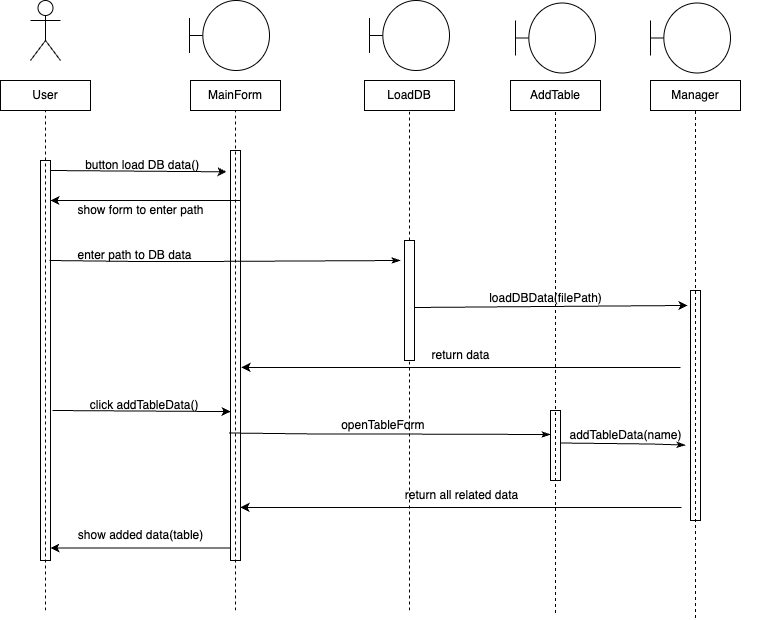
maksymkhodakov/ITLabs keeps this draw.io diagram as UMLDiagrams/взаємодії (додавання до БД).drawio.png. Above is the earlier version. Source tidied: cells renumbered, new cells last; positions are measured from the earlier drawing's top-left corner, leaving out a move shared by most shapes.
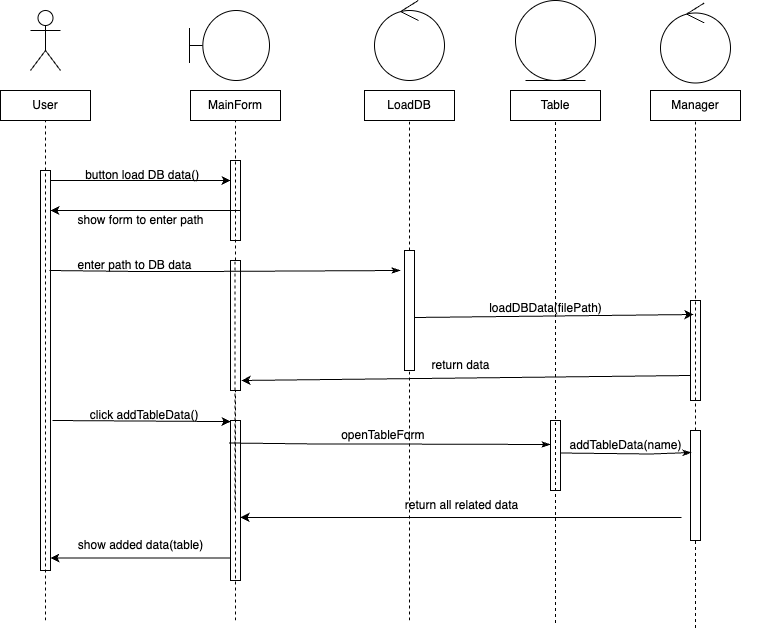
The same file after the commit.

Change to the diagram source:
```diff
@@ -16,17 +16,13 @@
         <mxPoint x="45" y="610" as="sourcePoint" />
       </mxGeometry>
     </mxCell>
-    <mxCell id="6" style="endArrow=none;dashed=1;html=1;rounded=0;entryX=0.5;entryY=1;entryDx=0;entryDy=0;" parent="1" edge="1" target="3">
-      <mxGeometry relative="1" as="geometry">
-        <mxPoint x="235" y="610" as="sourcePoint" />
-      </mxGeometry>
+    <mxCell id="6" style="endArrow=none;dashed=1;html=1;rounded=0;entryX=0.5;entryY=1;entryDx=0;entryDy=0;" parent="1" edge="1" source="50" target="3">
+      <mxGeometry relative="1" as="geometry" />
     </mxCell>
-    <mxCell id="7" style="endArrow=none;dashed=1;html=1;rounded=0;entryX=0.5;entryY=1;entryDx=0;entryDy=0;" parent="1" edge="1" target="4">
-      <mxGeometry relative="1" as="geometry">
-        <mxPoint x="695" y="617.5" as="sourcePoint" />
-      </mxGeometry>
+    <mxCell id="7" style="endArrow=none;dashed=1;html=1;rounded=0;entryX=0.5;entryY=1;entryDx=0;entryDy=0;" parent="1" edge="1" source="48" target="4">
+      <mxGeometry relative="1" as="geometry" />
     </mxCell>
-    <mxCell id="8" style="endArrow=classic;html=1;rounded=0;entryX=-0.4;entryY=0.052;entryDx=0;entryDy=0;entryPerimeter=0;" parent="1" edge="1" target="19">
+    <mxCell id="8" style="endArrow=classic;html=1;rounded=0;entryX=0;entryY=0.25;entryDx=0;entryDy=0;" parent="1" edge="1" target="19">
       <mxGeometry relative="1" as="geometry">
         <mxPoint x="50" y="170" as="sourcePoint" />
       </mxGeometry>
@@ -52,7 +48,7 @@
     <mxCell id="13" value="enter path to DB data" style="text;html=1;align=center;verticalAlign=middle;strokeColor=none;fillColor=none;" parent="1" vertex="1">
       <mxGeometry x="64" y="240" width="140" height="30" as="geometry" />
     </mxCell>
-    <mxCell id="14" style="endArrow=classic;html=1;rounded=0;entryX=-0.3;entryY=0.065;entryDx=0;entryDy=0;entryPerimeter=0;" parent="1" edge="1" target="21">
+    <mxCell id="14" style="endArrow=classic;html=1;rounded=0;entryX=0.3;entryY=0.14;entryDx=0;entryDy=0;entryPerimeter=0;" parent="1" edge="1" target="21">
       <mxGeometry relative="1" as="geometry">
         <mxPoint x="414" y="307" as="sourcePoint" />
       </mxGeometry>
@@ -73,7 +69,7 @@
       <mxGeometry x="40" y="160" width="10" height="400" as="geometry" />
     </mxCell>
     <mxCell id="19" style="rounded=0;whiteSpace=wrap;html=1;fillColor=none;" parent="1" vertex="1">
-      <mxGeometry x="230" y="150" width="10" height="410" as="geometry" />
+      <mxGeometry x="230" y="150" width="10" height="80" as="geometry" />
     </mxCell>
     <mxCell id="20" style="endArrow=classicThin;html=1;rounded=0;endFill=1;" parent="1" edge="1">
       <mxGeometry relative="1" as="geometry">
@@ -86,18 +82,15 @@
       </mxGeometry>
     </mxCell>
     <mxCell id="21" style="rounded=0;whiteSpace=wrap;html=1;fillColor=none;" parent="1" vertex="1">
-      <mxGeometry x="690" y="290" width="10" height="230" as="geometry" />
+      <mxGeometry x="690" y="290" width="10" height="100" as="geometry" />
     </mxCell>
     <mxCell id="22" style="shape=umlActor;verticalLabelPosition=bottom;verticalAlign=top;html=1;fontSize=9;" parent="1" vertex="1">
       <mxGeometry x="30" width="30" height="60" as="geometry" />
     </mxCell>
-    <mxCell id="23" style="shape=umlBoundary;whiteSpace=wrap;html=1;fontSize=9;" parent="1" vertex="1">
-      <mxGeometry x="650" y="2.5" width="80" height="70" as="geometry" />
-    </mxCell>
     <mxCell id="24" style="shape=umlBoundary;whiteSpace=wrap;html=1;fontSize=9;" parent="1" vertex="1">
       <mxGeometry x="189" width="80" height="70" as="geometry" />
     </mxCell>
-    <mxCell id="25" value="AddTable" style="rounded=0;whiteSpace=wrap;html=1;" parent="1" vertex="1">
+    <mxCell id="25" value="Table" style="rounded=0;whiteSpace=wrap;html=1;" parent="1" vertex="1">
       <mxGeometry x="510" y="80" width="90" height="30" as="geometry" />
     </mxCell>
     <mxCell id="26" style="endArrow=none;dashed=1;html=1;rounded=0;entryX=0.5;entryY=1;entryDx=0;entryDy=0;" parent="1" edge="1" target="25">
@@ -108,22 +101,14 @@
     <mxCell id="27" style="rounded=0;whiteSpace=wrap;html=1;fillColor=none;" parent="1" vertex="1">
       <mxGeometry x="550" y="410" width="10" height="70" as="geometry" />
     </mxCell>
-    <mxCell id="28" style="shape=umlBoundary;whiteSpace=wrap;html=1;fontSize=9;" parent="1" vertex="1">
-      <mxGeometry x="515" y="2.5" width="80" height="70" as="geometry" />
-    </mxCell>
     <mxCell id="29" value="LoadDB" style="rounded=0;whiteSpace=wrap;html=1;" parent="1" vertex="1">
       <mxGeometry x="364" y="80" width="90" height="30" as="geometry" />
     </mxCell>
     <mxCell id="30" style="endArrow=none;dashed=1;html=1;rounded=0;entryX=0.5;entryY=1;entryDx=0;entryDy=0;" parent="1" edge="1" source="45" target="29">
       <mxGeometry relative="1" as="geometry" />
     </mxCell>
-    <mxCell id="31" style="shape=umlBoundary;whiteSpace=wrap;html=1;fontSize=9;" parent="1" vertex="1">
-      <mxGeometry x="369" width="80" height="70" as="geometry" />
-    </mxCell>
-    <mxCell id="32" style="endArrow=classic;html=1;rounded=0;entryX=1.1;entryY=0.529;entryDx=0;entryDy=0;entryPerimeter=0;" parent="1" edge="1" target="19">
-      <mxGeometry relative="1" as="geometry">
-        <mxPoint x="680" y="367" as="sourcePoint" />
-      </mxGeometry>
+    <mxCell id="32" style="endArrow=classic;html=1;rounded=0;exitX=0;exitY=0.75;exitDx=0;exitDy=0;entryX=1.1;entryY=0.923;entryDx=0;entryDy=0;entryPerimeter=0;" parent="1" edge="1" source="21" target="50">
+      <mxGeometry relative="1" as="geometry" />
     </mxCell>
     <mxCell id="33" value="return data" style="text;html=1;align=center;verticalAlign=middle;strokeColor=none;fillColor=none;" parent="1" vertex="1">
       <mxGeometry x="420" y="340" width="80" height="30" as="geometry" />
@@ -165,7 +150,7 @@
     <mxCell id="40" value="addTableData(name)" style="text;html=1;align=center;verticalAlign=middle;strokeColor=none;fillColor=none;" parent="1" vertex="1">
       <mxGeometry x="555" y="420" width="140" height="30" as="geometry" />
     </mxCell>
-    <mxCell id="41" style="endArrow=classicThin;html=1;rounded=0;endFill=1;entryX=-0.5;entryY=0.672;entryDx=0;entryDy=0;entryPerimeter=0;" parent="1" edge="1" target="21">
+    <mxCell id="41" style="endArrow=classicThin;html=1;rounded=0;endFill=1;entryX=0.1;entryY=0.2;entryDx=0;entryDy=0;entryPerimeter=0;" parent="1" edge="1" target="48">
       <mxGeometry relative="1" as="geometry">
         <mxPoint x="560" y="442.5" as="sourcePoint" />
         <Array as="points">
@@ -190,5 +175,39 @@
     <mxCell id="45" style="rounded=0;whiteSpace=wrap;html=1;fillColor=none;" parent="1" vertex="1">
       <mxGeometry x="404" y="240" width="10" height="120" as="geometry" />
     </mxCell>
+    <mxCell id="46" style="rounded=0;whiteSpace=wrap;html=1;fillColor=none;" parent="1" vertex="1">
+      <mxGeometry x="230" y="410" width="10" height="160" as="geometry" />
+    </mxCell>
+    <mxCell id="47" style="endArrow=none;dashed=1;html=1;rounded=0;entryX=0.5;entryY=1;entryDx=0;entryDy=0;" parent="1" edge="1" target="48">
+      <mxGeometry relative="1" as="geometry">
+        <mxPoint x="695" y="617.5" as="sourcePoint" />
+      </mxGeometry>
+    </mxCell>
+    <mxCell id="48" style="rounded=0;whiteSpace=wrap;html=1;fillColor=none;" parent="1" vertex="1">
+      <mxGeometry x="690" y="420" width="10" height="110" as="geometry" />
+    </mxCell>
+    <mxCell id="49" style="endArrow=none;dashed=1;html=1;rounded=0;entryX=0.5;entryY=1;entryDx=0;entryDy=0;" parent="1" edge="1" target="50">
+      <mxGeometry relative="1" as="geometry">
+        <mxPoint x="235" y="610" as="sourcePoint" />
+      </mxGeometry>
+    </mxCell>
+    <mxCell id="50" style="rounded=0;whiteSpace=wrap;html=1;fillColor=none;" parent="1" vertex="1">
+      <mxGeometry x="230" y="250" width="10" height="130" as="geometry" />
+    </mxCell>
+    <mxCell id="51" style="endArrow=none;dashed=1;html=1;rounded=0;entryX=0.5;entryY=1;entryDx=0;entryDy=0;" parent="1" edge="1">
+      <mxGeometry relative="1" as="geometry">
+        <mxPoint x="234.5" y="500" as="sourcePoint" />
+        <mxPoint x="234.5" y="250" as="targetPoint" />
+      </mxGeometry>
+    </mxCell>
+    <mxCell id="52" style="ellipse;shape=umlControl;whiteSpace=wrap;html=1;" parent="1" vertex="1">
+      <mxGeometry x="374" y="-10" width="70" height="80" as="geometry" />
+    </mxCell>
+    <mxCell id="53" style="ellipse;shape=umlControl;whiteSpace=wrap;html=1;" parent="1" vertex="1">
+      <mxGeometry x="660" y="-7.5" width="70" height="80" as="geometry" />
+    </mxCell>
+    <mxCell id="54" style="ellipse;shape=umlEntity;whiteSpace=wrap;html=1;" parent="1" vertex="1">
+      <mxGeometry x="515" y="-10" width="80" height="80" as="geometry" />
+    </mxCell>
   </root>
 </mxGraphModel>
```
